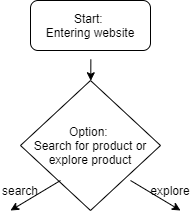
This is explore/devtools/diagramming/diagram.drawio.png from antonia1999/fa21-cse110-lab4, a draw.io export, as it was before one commit. Source tidied: cells renumbered, new cells last; positions are measured from the earlier drawing's top-left corner, leaving out a move shared by most shapes. The source it was exported from:
```xml
<mxGraphModel>
  <root>
    <mxCell id="0" />
    <mxCell id="1" parent="0" />
    <mxCell id="2" value="Start: &lt;br&gt;Entering website" style="rounded=1;whiteSpace=wrap;html=1;" parent="1" vertex="1">
      <mxGeometry x="30" width="120" height="50" as="geometry" />
    </mxCell>
    <mxCell id="3" style="endArrow=classic;html=1;exitX=0.503;exitY=1.176;exitDx=0;exitDy=0;exitPerimeter=0;" parent="1" edge="1" source="2" target="4">
      <mxGeometry relative="1" as="geometry" />
    </mxCell>
    <mxCell id="4" value="Option: &lt;br&gt;Search for product or&lt;br&gt;explore product" style="rhombus;whiteSpace=wrap;html=1;" parent="1" vertex="1">
      <mxGeometry x="20" y="80" width="140" height="130" as="geometry" />
    </mxCell>
    <mxCell id="5" style="endArrow=classic;html=1;" parent="1" edge="1">
      <mxGeometry relative="1" as="geometry">
        <mxPoint x="60" y="180" as="sourcePoint" />
        <mxPoint x="10" y="210" as="targetPoint" />
      </mxGeometry>
    </mxCell>
    <mxCell id="6" style="endArrow=classic;html=1;" parent="1" edge="1">
      <mxGeometry relative="1" as="geometry">
        <mxPoint x="130" y="180" as="sourcePoint" />
        <mxPoint x="180" y="210" as="targetPoint" />
      </mxGeometry>
    </mxCell>
    <mxCell id="7" value="search" style="text;html=1;strokeColor=none;fillColor=none;align=center;verticalAlign=middle;whiteSpace=wrap;rounded=0;" parent="1" vertex="1">
      <mxGeometry y="180" width="40" height="20" as="geometry" />
    </mxCell>
    <mxCell id="8" value="explore" style="text;html=1;strokeColor=none;fillColor=none;align=center;verticalAlign=middle;whiteSpace=wrap;rounded=0;" parent="1" vertex="1">
      <mxGeometry x="150" y="180" width="40" height="20" as="geometry" />
    </mxCell>
  </root>
</mxGraphModel>
```
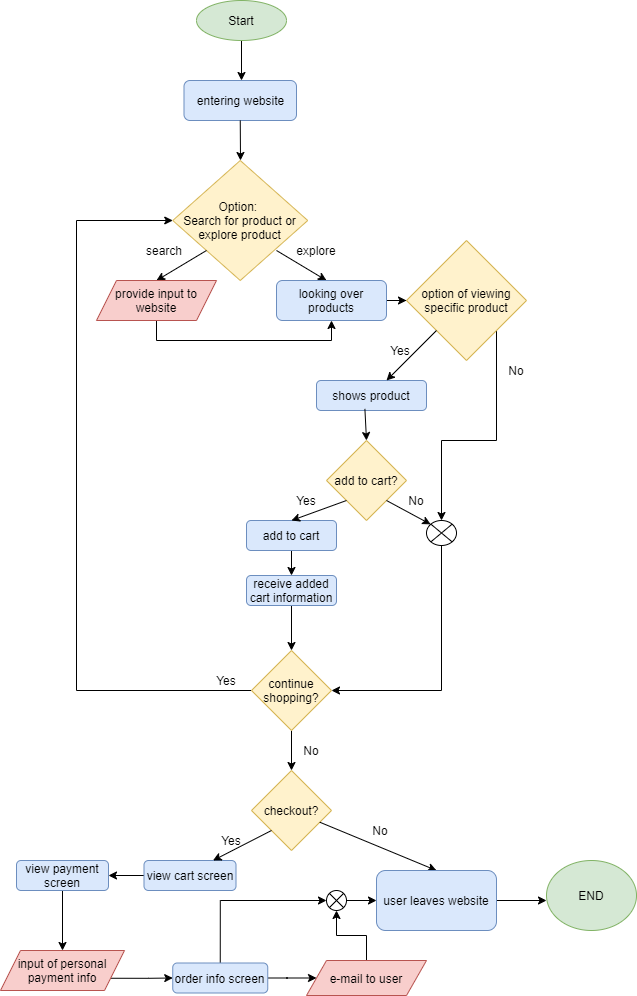
Later version of the same file.

What changed in the source:
```diff
@@ -2,32 +2,204 @@
   <root>
     <mxCell id="0" />
     <mxCell id="1" parent="0" />
-    <mxCell id="2" value="Start: &lt;br&gt;Entering website" style="rounded=1;whiteSpace=wrap;html=1;" parent="1" vertex="1">
-      <mxGeometry x="30" width="120" height="50" as="geometry" />
-    </mxCell>
-    <mxCell id="3" style="endArrow=classic;html=1;exitX=0.503;exitY=1.176;exitDx=0;exitDy=0;exitPerimeter=0;" parent="1" edge="1" source="2" target="4">
-      <mxGeometry relative="1" as="geometry" />
+    <mxCell id="3" style="endArrow=classic;html=1;exitX=0.5;exitY=1;exitDx=0;exitDy=0;" parent="1" edge="1" source="9">
+      <mxGeometry relative="1" as="geometry">
+        <mxPoint x="75" y="60" as="targetPoint" />
+      </mxGeometry>
     </mxCell>
-    <mxCell id="4" value="Option: &lt;br&gt;Search for product or&lt;br&gt;explore product" style="rhombus;whiteSpace=wrap;html=1;" parent="1" vertex="1">
-      <mxGeometry x="20" y="80" width="140" height="130" as="geometry" />
+    <mxCell id="4" value="Option: &lt;br&gt;Search for product or&lt;br&gt;explore product" style="rhombus;whiteSpace=wrap;html=1;fillColor=#fff2cc;strokeColor=#d6b656;" parent="1" vertex="1">
+      <mxGeometry x="6.2" y="140" width="135" height="120" as="geometry" />
     </mxCell>
     <mxCell id="5" style="endArrow=classic;html=1;" parent="1" edge="1">
       <mxGeometry relative="1" as="geometry">
-        <mxPoint x="60" y="180" as="sourcePoint" />
-        <mxPoint x="10" y="210" as="targetPoint" />
+        <mxPoint x="40" y="230" as="sourcePoint" />
+        <mxPoint x="-10" y="260" as="targetPoint" />
       </mxGeometry>
     </mxCell>
     <mxCell id="6" style="endArrow=classic;html=1;" parent="1" edge="1">
       <mxGeometry relative="1" as="geometry">
-        <mxPoint x="130" y="180" as="sourcePoint" />
-        <mxPoint x="180" y="210" as="targetPoint" />
+        <mxPoint x="110" y="230" as="sourcePoint" />
+        <mxPoint x="160" y="260" as="targetPoint" />
       </mxGeometry>
     </mxCell>
     <mxCell id="7" value="search" style="text;html=1;strokeColor=none;fillColor=none;align=center;verticalAlign=middle;whiteSpace=wrap;rounded=0;" parent="1" vertex="1">
-      <mxGeometry y="180" width="40" height="20" as="geometry" />
+      <mxGeometry x="-22.5" y="220" width="40" height="20" as="geometry" />
     </mxCell>
     <mxCell id="8" value="explore" style="text;html=1;strokeColor=none;fillColor=none;align=center;verticalAlign=middle;whiteSpace=wrap;rounded=0;" parent="1" vertex="1">
-      <mxGeometry x="150" y="180" width="40" height="20" as="geometry" />
+      <mxGeometry x="130" y="220" width="40" height="20" as="geometry" />
     </mxCell>
+    <mxCell id="9" value="Start" style="ellipse;whiteSpace=wrap;html=1;fillColor=#d5e8d4;strokeColor=#82b366;" parent="1" vertex="1">
+      <mxGeometry x="30" y="-20" width="90" height="40" as="geometry" />
+    </mxCell>
+    <mxCell id="10" style="edgeStyle=orthogonalEdgeStyle;rounded=0;jettySize=auto;html=1;" parent="1" edge="1" source="11" target="18">
+      <mxGeometry relative="1" as="geometry" />
+    </mxCell>
+    <mxCell id="11" value="looking over products" style="rounded=1;whiteSpace=wrap;html=1;fillColor=#dae8fc;strokeColor=#6c8ebf;" parent="1" vertex="1">
+      <mxGeometry x="110" y="260" width="110" height="40" as="geometry" />
+    </mxCell>
+    <mxCell id="12" value="entering website" style="rounded=1;whiteSpace=wrap;html=1;fillColor=#dae8fc;strokeColor=#6c8ebf;" parent="1" vertex="1">
+      <mxGeometry x="17.5" y="60" width="112.5" height="40" as="geometry" />
+    </mxCell>
+    <mxCell id="13" style="endArrow=classic;html=1;exitX=0.5;exitY=1;exitDx=0;exitDy=0;" parent="1" edge="1" source="12">
+      <mxGeometry relative="1" as="geometry">
+        <mxPoint x="74" y="140" as="targetPoint" />
+      </mxGeometry>
+    </mxCell>
+    <mxCell id="14" style="edgeStyle=orthogonalEdgeStyle;rounded=0;orthogonalLoop=1;jettySize=auto;html=1;exitX=0.5;exitY=1;exitDx=0;exitDy=0;entryX=0.5;entryY=1;entryDx=0;entryDy=0;" parent="1" edge="1" source="4" target="4">
+      <mxGeometry relative="1" as="geometry" />
+    </mxCell>
+    <mxCell id="15" style="edgeStyle=orthogonalEdgeStyle;rounded=0;jettySize=auto;html=1;exitX=0.5;exitY=1;exitDx=0;exitDy=0;entryX=0.5;entryY=1;entryDx=0;entryDy=0;" parent="1" edge="1" source="16" target="11">
+      <mxGeometry relative="1" as="geometry" />
+    </mxCell>
+    <mxCell id="16" value="provide input to website" style="shape=parallelogram;perimeter=parallelogramPerimeter;whiteSpace=wrap;html=1;fixedSize=1;fillColor=#f8cecc;strokeColor=#b85450;" parent="1" vertex="1">
+      <mxGeometry x="-70" y="260" width="120" height="40" as="geometry" />
+    </mxCell>
+    <mxCell id="17" style="edgeStyle=orthogonalEdgeStyle;rounded=0;jettySize=auto;html=1;exitX=1;exitY=1;exitDx=0;exitDy=0;entryX=0.5;entryY=0;entryDx=0;entryDy=0;" parent="1" edge="1" source="18" target="32">
+      <mxGeometry relative="1" as="geometry" />
+    </mxCell>
+    <mxCell id="18" value="option of viewing specific product" style="rhombus;whiteSpace=wrap;html=1;fillColor=#fff2cc;strokeColor=#d6b656;" parent="1" vertex="1">
+      <mxGeometry x="240" y="220" width="120" height="120" as="geometry" />
+    </mxCell>
+    <mxCell id="19" value="shows product" style="rounded=1;whiteSpace=wrap;html=1;fillColor=#dae8fc;strokeColor=#6c8ebf;" parent="1" vertex="1">
+      <mxGeometry x="150" y="360" width="110" height="30" as="geometry" />
+    </mxCell>
+    <mxCell id="20" style="endArrow=classic;html=1;" parent="1" edge="1" source="18">
+      <mxGeometry relative="1" as="geometry">
+        <mxPoint x="220" y="360" as="targetPoint" />
+      </mxGeometry>
+    </mxCell>
+    <mxCell id="21" value="Yes" style="text;html=1;strokeColor=none;fillColor=none;align=center;verticalAlign=middle;whiteSpace=wrap;rounded=0;" parent="1" vertex="1">
+      <mxGeometry x="214" y="320" width="40" height="20" as="geometry" />
+    </mxCell>
+    <mxCell id="22" value="add to cart?" style="rhombus;whiteSpace=wrap;html=1;fillColor=#fff2cc;strokeColor=#d6b656;" parent="1" vertex="1">
+      <mxGeometry x="160" y="420" width="80" height="80" as="geometry" />
+    </mxCell>
+    <mxCell id="23" style="endArrow=classic;html=1;entryX=0.5;entryY=0;entryDx=0;entryDy=0;exitX=0.44;exitY=0.947;exitDx=0;exitDy=0;exitPerimeter=0;" parent="1" edge="1" source="19" target="22">
+      <mxGeometry relative="1" as="geometry" />
+    </mxCell>
+    <mxCell id="24" value="No" style="text;html=1;strokeColor=none;fillColor=none;align=center;verticalAlign=middle;whiteSpace=wrap;rounded=0;" parent="1" vertex="1">
+      <mxGeometry x="330" y="340" width="40" height="20" as="geometry" />
+    </mxCell>
+    <mxCell id="25" style="edgeStyle=orthogonalEdgeStyle;rounded=0;jettySize=auto;html=1;exitX=0.5;exitY=1;exitDx=0;exitDy=0;entryX=0.5;entryY=0;entryDx=0;entryDy=0;" parent="1" edge="1" source="26" target="28">
+      <mxGeometry relative="1" as="geometry" />
+    </mxCell>
+    <mxCell id="26" value="add to cart" style="rounded=1;whiteSpace=wrap;html=1;fillColor=#dae8fc;strokeColor=#6c8ebf;" parent="1" vertex="1">
+      <mxGeometry x="80" y="500" width="90" height="30" as="geometry" />
+    </mxCell>
+    <mxCell id="27" style="edgeStyle=orthogonalEdgeStyle;rounded=0;jettySize=auto;html=1;exitX=0.5;exitY=1;exitDx=0;exitDy=0;" parent="1" edge="1" source="28">
+      <mxGeometry relative="1" as="geometry">
+        <mxPoint x="125" y="630" as="targetPoint" />
+      </mxGeometry>
+    </mxCell>
+    <mxCell id="28" value="receive added cart information" style="rounded=1;whiteSpace=wrap;html=1;fillColor=#dae8fc;strokeColor=#6c8ebf;" parent="1" vertex="1">
+      <mxGeometry x="80" y="555" width="90" height="30" as="geometry" />
+    </mxCell>
+    <mxCell id="29" style="endArrow=classic;html=1;exitX=0;exitY=1;exitDx=0;exitDy=0;entryX=0.5;entryY=0;entryDx=0;entryDy=0;" parent="1" edge="1" source="22" target="26">
+      <mxGeometry relative="1" as="geometry" />
+    </mxCell>
+    <mxCell id="30" value="Yes" style="text;html=1;strokeColor=none;fillColor=none;align=center;verticalAlign=middle;whiteSpace=wrap;rounded=0;" parent="1" vertex="1">
+      <mxGeometry x="120" y="470" width="40" height="20" as="geometry" />
+    </mxCell>
+    <mxCell id="31" style="edgeStyle=orthogonalEdgeStyle;rounded=0;jettySize=auto;html=1;exitX=0.5;exitY=1;exitDx=0;exitDy=0;entryX=1;entryY=0.5;entryDx=0;entryDy=0;" parent="1" edge="1" source="32" target="37">
+      <mxGeometry relative="1" as="geometry" />
+    </mxCell>
+    <mxCell id="32" style="shape=sumEllipse;perimeter=ellipsePerimeter;whiteSpace=wrap;html=1;backgroundOutline=1;" parent="1" vertex="1">
+      <mxGeometry x="260" y="500" width="30" height="25" as="geometry" />
+    </mxCell>
+    <mxCell id="33" style="endArrow=classic;html=1;exitX=1;exitY=1;exitDx=0;exitDy=0;entryX=0;entryY=0;entryDx=0;entryDy=0;" parent="1" edge="1" source="22" target="32">
+      <mxGeometry relative="1" as="geometry" />
+    </mxCell>
+    <mxCell id="34" value="No" style="text;html=1;strokeColor=none;fillColor=none;align=center;verticalAlign=middle;whiteSpace=wrap;rounded=0;" parent="1" vertex="1">
+      <mxGeometry x="230" y="470" width="40" height="20" as="geometry" />
+    </mxCell>
+    <mxCell id="35" style="edgeStyle=orthogonalEdgeStyle;rounded=0;jettySize=auto;html=1;exitX=0;exitY=0.5;exitDx=0;exitDy=0;entryX=0;entryY=0.5;entryDx=0;entryDy=0;" parent="1" edge="1" source="37" target="4">
+      <mxGeometry relative="1" as="geometry">
+        <Array as="points">
+          <mxPoint x="-90" y="670" />
+          <mxPoint x="-90" y="200" />
+        </Array>
+      </mxGeometry>
+    </mxCell>
+    <mxCell id="36" style="edgeStyle=orthogonalEdgeStyle;rounded=0;jettySize=auto;html=1;exitX=0.5;exitY=1;exitDx=0;exitDy=0;" parent="1" edge="1" source="37">
+      <mxGeometry relative="1" as="geometry">
+        <mxPoint x="125" y="750" as="targetPoint" />
+      </mxGeometry>
+    </mxCell>
+    <mxCell id="37" value="continue shopping?" style="rhombus;whiteSpace=wrap;html=1;fillColor=#fff2cc;strokeColor=#d6b656;" parent="1" vertex="1">
+      <mxGeometry x="85" y="630" width="80" height="80" as="geometry" />
+    </mxCell>
+    <mxCell id="38" value="Yes" style="text;html=1;strokeColor=none;fillColor=none;align=center;verticalAlign=middle;whiteSpace=wrap;rounded=0;" parent="1" vertex="1">
+      <mxGeometry x="40" y="650" width="40" height="20" as="geometry" />
+    </mxCell>
+    <mxCell id="39" value="No" style="text;html=1;strokeColor=none;fillColor=none;align=center;verticalAlign=middle;whiteSpace=wrap;rounded=0;" parent="1" vertex="1">
+      <mxGeometry x="125" y="720" width="40" height="20" as="geometry" />
+    </mxCell>
+    <mxCell id="40" value="checkout?" style="rhombus;whiteSpace=wrap;html=1;fillColor=#fff2cc;strokeColor=#d6b656;" parent="1" vertex="1">
+      <mxGeometry x="85" y="750" width="80" height="80" as="geometry" />
+    </mxCell>
+    <mxCell id="41" style="edgeStyle=orthogonalEdgeStyle;rounded=0;jettySize=auto;html=1;exitX=0;exitY=0.5;exitDx=0;exitDy=0;" parent="1" edge="1" source="42" target="44">
+      <mxGeometry relative="1" as="geometry" />
+    </mxCell>
+    <mxCell id="42" value="view cart screen" style="rounded=1;whiteSpace=wrap;html=1;fillColor=#dae8fc;strokeColor=#6c8ebf;" parent="1" vertex="1">
+      <mxGeometry x="-22.5" y="840" width="92" height="30" as="geometry" />
+    </mxCell>
+    <mxCell id="43" style="edgeStyle=orthogonalEdgeStyle;rounded=0;jettySize=auto;html=1;exitX=0.5;exitY=1;exitDx=0;exitDy=0;entryX=0.5;entryY=0;entryDx=0;entryDy=0;" parent="1" edge="1" source="44" target="48">
+      <mxGeometry relative="1" as="geometry" />
+    </mxCell>
+    <mxCell id="44" value="view payment screen" style="rounded=1;whiteSpace=wrap;html=1;fillColor=#dae8fc;strokeColor=#6c8ebf;" parent="1" vertex="1">
+      <mxGeometry x="-150" y="840" width="92" height="30" as="geometry" />
+    </mxCell>
+    <mxCell id="45" style="endArrow=classic;html=1;entryX=0.5;entryY=0;entryDx=0;entryDy=0;" parent="1" edge="1" source="40" target="57">
+      <mxGeometry relative="1" as="geometry" />
+    </mxCell>
+    <mxCell id="46" style="endArrow=classic;html=1;exitX=0;exitY=1;exitDx=0;exitDy=0;entryX=0.75;entryY=0;entryDx=0;entryDy=0;" parent="1" edge="1" source="40" target="42">
+      <mxGeometry relative="1" as="geometry" />
+    </mxCell>
+    <mxCell id="47" style="edgeStyle=orthogonalEdgeStyle;rounded=0;jettySize=auto;html=1;exitX=1;exitY=0.75;exitDx=0;exitDy=0;entryX=0;entryY=0.5;entryDx=0;entryDy=0;" parent="1" edge="1" source="48" target="51">
+      <mxGeometry relative="1" as="geometry" />
+    </mxCell>
+    <mxCell id="48" value="input of personal payment info" style="shape=parallelogram;perimeter=parallelogramPerimeter;whiteSpace=wrap;html=1;fixedSize=1;fillColor=#f8cecc;strokeColor=#b85450;" parent="1" vertex="1">
+      <mxGeometry x="-166" y="930" width="124" height="40" as="geometry" />
+    </mxCell>
+    <mxCell id="49" style="edgeStyle=orthogonalEdgeStyle;rounded=0;jettySize=auto;html=1;exitX=1;exitY=0.5;exitDx=0;exitDy=0;entryX=0;entryY=0.5;entryDx=0;entryDy=0;" parent="1" edge="1" source="51" target="53">
+      <mxGeometry relative="1" as="geometry" />
+    </mxCell>
+    <mxCell id="50" style="edgeStyle=orthogonalEdgeStyle;rounded=0;jettySize=auto;html=1;exitX=0.5;exitY=0;exitDx=0;exitDy=0;entryX=0;entryY=0.5;entryDx=0;entryDy=0;" parent="1" edge="1" source="51" target="55">
+      <mxGeometry relative="1" as="geometry" />
+    </mxCell>
+    <mxCell id="51" value="order info screen" style="rounded=1;whiteSpace=wrap;html=1;fillColor=#dae8fc;strokeColor=#6c8ebf;" parent="1" vertex="1">
+      <mxGeometry x="6.2" y="942.5" width="95" height="30" as="geometry" />
+    </mxCell>
+    <mxCell id="52" style="edgeStyle=orthogonalEdgeStyle;rounded=0;jettySize=auto;html=1;exitX=0.5;exitY=0;exitDx=0;exitDy=0;" parent="1" edge="1" source="53">
+      <mxGeometry relative="1" as="geometry">
+        <mxPoint x="170" y="890" as="targetPoint" />
+      </mxGeometry>
+    </mxCell>
+    <mxCell id="53" value="e-mail to user" style="shape=parallelogram;perimeter=parallelogramPerimeter;whiteSpace=wrap;html=1;fixedSize=1;fillColor=#f8cecc;strokeColor=#b85450;" parent="1" vertex="1">
+      <mxGeometry x="140" y="940" width="120" height="35" as="geometry" />
+    </mxCell>
+    <mxCell id="54" style="edgeStyle=orthogonalEdgeStyle;rounded=0;jettySize=auto;html=1;exitX=1;exitY=0.5;exitDx=0;exitDy=0;" parent="1" edge="1" source="55" target="57">
+      <mxGeometry relative="1" as="geometry" />
+    </mxCell>
+    <mxCell id="55" style="shape=sumEllipse;perimeter=ellipsePerimeter;whiteSpace=wrap;html=1;backgroundOutline=1;" parent="1" vertex="1">
+      <mxGeometry x="160" y="870" width="20" height="20" as="geometry" />
+    </mxCell>
+    <mxCell id="56" style="edgeStyle=orthogonalEdgeStyle;rounded=0;jettySize=auto;html=1;exitX=1;exitY=0.5;exitDx=0;exitDy=0;" parent="1" edge="1" source="57">
+      <mxGeometry relative="1" as="geometry">
+        <mxPoint x="380" y="880" as="targetPoint" />
+      </mxGeometry>
+    </mxCell>
+    <mxCell id="57" value="user leaves website" style="rounded=1;whiteSpace=wrap;html=1;fillColor=#dae8fc;strokeColor=#6c8ebf;" parent="1" vertex="1">
+      <mxGeometry x="210" y="850" width="120" height="60" as="geometry" />
+    </mxCell>
+    <mxCell id="58" value="END" style="ellipse;whiteSpace=wrap;html=1;fillColor=#d5e8d4;strokeColor=#82b366;" parent="1" vertex="1">
+      <mxGeometry x="380" y="840" width="90" height="70" as="geometry" />
+    </mxCell>
+    <mxCell id="59" value="Yes" style="text;html=1;strokeColor=none;fillColor=none;align=center;verticalAlign=middle;whiteSpace=wrap;rounded=0;" parent="1" vertex="1">
+      <mxGeometry x="45" y="810" width="40" height="20" as="geometry" />
+    </mxCell>
+    <mxCell id="60" value="No" style="text;html=1;strokeColor=none;fillColor=none;align=center;verticalAlign=middle;whiteSpace=wrap;rounded=0;" parent="1" vertex="1">
+      <mxGeometry x="194" y="800" width="40" height="20" as="geometry" />
+    </mxCell>
   </root>
 </mxGraphModel>
```
